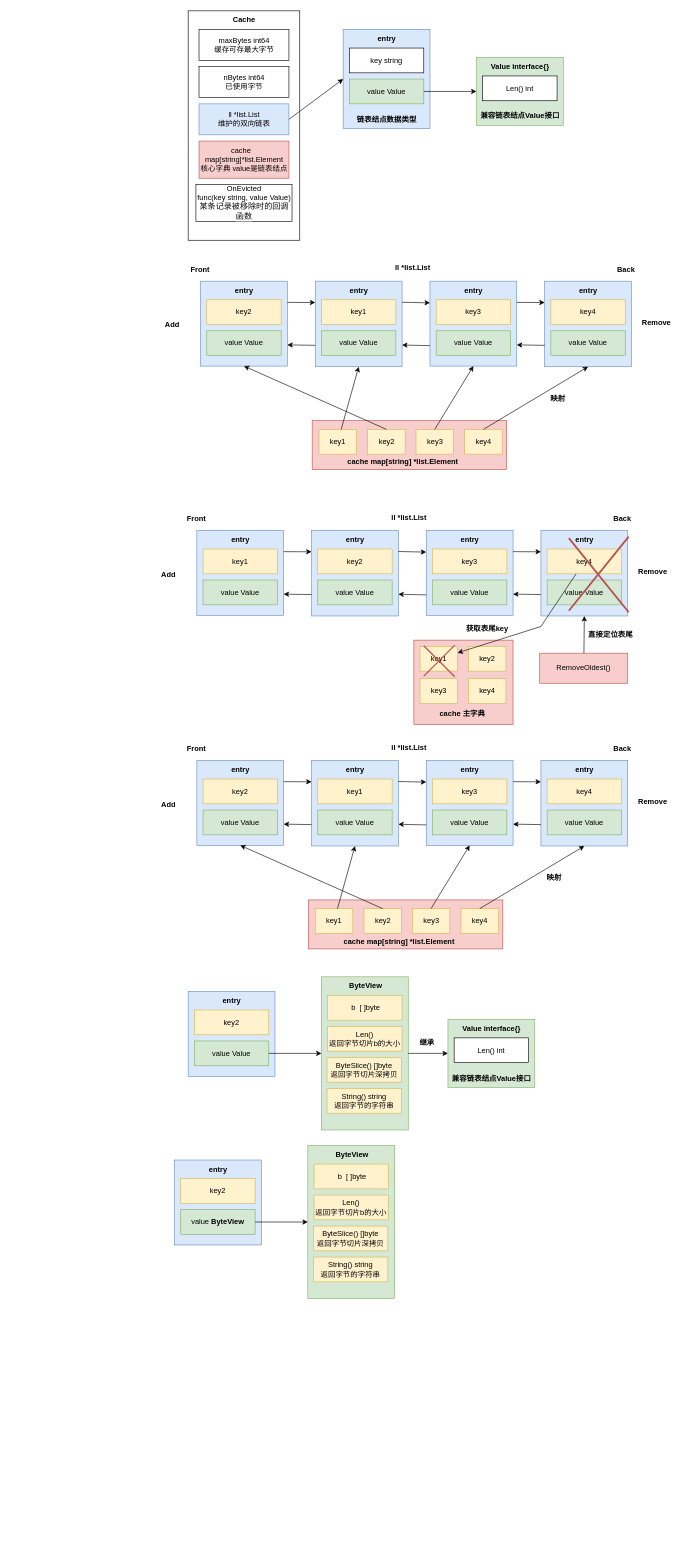
Earlier version of the draw.io diagram test.drawio (zecraid/draw_repo). Source tidied: cells renumbered, new cells numbered last; positions are measured from the earlier drawing's top-left corner, leaving out a move shared by most shapes. Both pictures are drawn from the tidied source at 62%, with x=0, y=0 at pixel (155, 11).
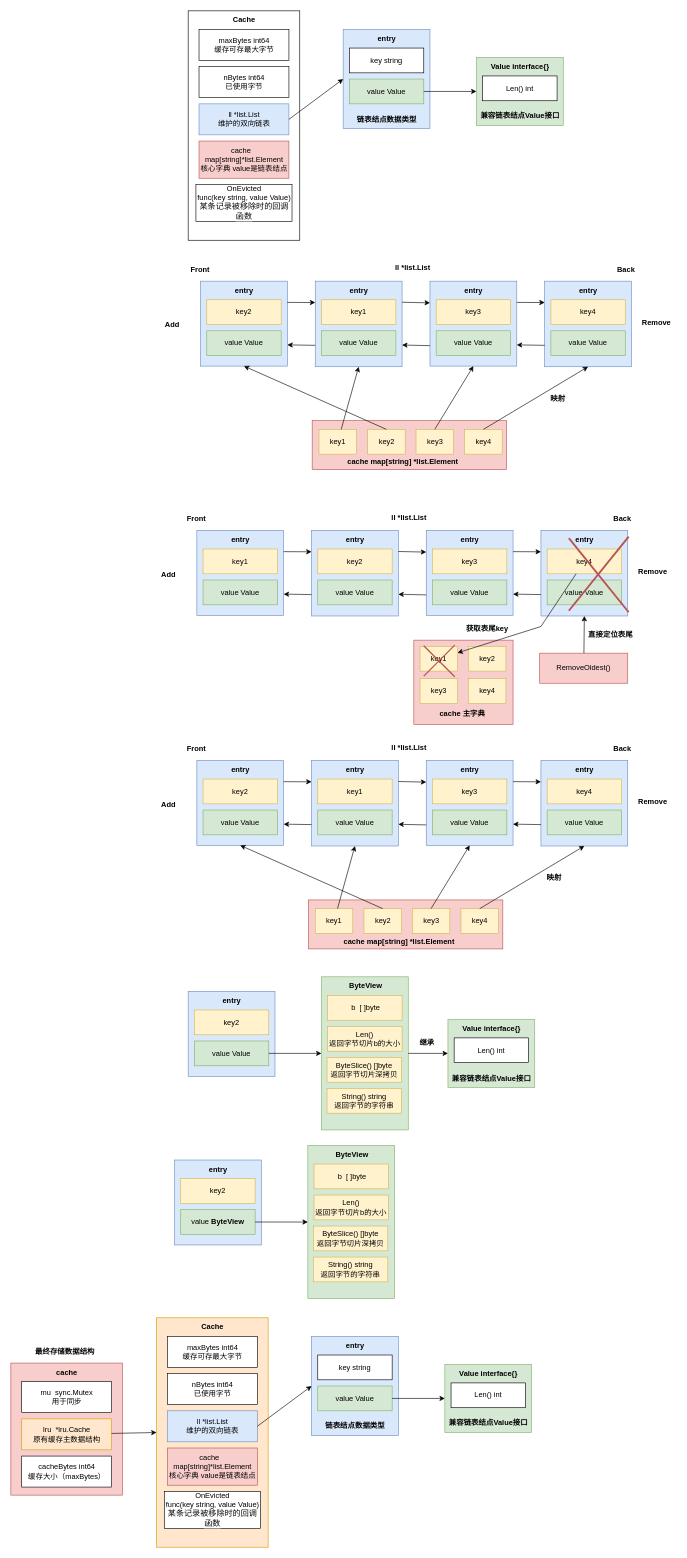
The same diagram, later.

The edit, as a diff of the source:
```diff
@@
+    <mxCell id="167" style="rounded=0;whiteSpace=wrap;html=1;fillColor=#ffe6cc;strokeColor=#d79b00;" parent="1" vertex="1">
+      <mxGeometry x="2" y="2108" width="180" height="370" as="geometry" />
+    </mxCell>
+    <mxCell id="168" value="maxBytes int64&lt;br&gt;缓存可存最大字节" style="rounded=0;whiteSpace=wrap;html=1;" parent="1" vertex="1">
+      <mxGeometry x="19.5" y="2138" width="145" height="50" as="geometry" />
+    </mxCell>
+    <mxCell id="169" style="rounded=0;whiteSpace=wrap;html=1;fillColor=#dae8fc;strokeColor=#6c8ebf;" parent="1" vertex="1">
+      <mxGeometry x="252" y="2138" width="140" height="160" as="geometry" />
+    </mxCell>
+    <mxCell id="170" value="&lt;b&gt;Cache&lt;/b&gt;" style="text;html=1;align=center;verticalAlign=middle;strokeColor=none;fillColor=none;" parent="1" vertex="1">
+      <mxGeometry x="62" y="2108" width="60" height="30" as="geometry" />
+    </mxCell>
+    <mxCell id="171" value="nBytes int64&lt;br&gt;已使用字节" style="rounded=0;whiteSpace=wrap;html=1;" parent="1" vertex="1">
+      <mxGeometry x="19.5" y="2198" width="145" height="50" as="geometry" />
+    </mxCell>
+    <mxCell id="172" value="ll&amp;nbsp;*list.List&lt;br&gt;维护的双向链表" style="rounded=0;whiteSpace=wrap;html=1;fillColor=#dae8fc;strokeColor=#6c8ebf;" parent="1" vertex="1">
+      <mxGeometry x="19.5" y="2258" width="145" height="50" as="geometry" />
+    </mxCell>
+    <mxCell id="173" value="cache&amp;nbsp; &amp;nbsp; map[string]*list.Element&lt;br&gt;核心字典 value是链表结点" style="rounded=0;whiteSpace=wrap;html=1;fillColor=#f8cecc;strokeColor=#b85450;" parent="1" vertex="1">
+      <mxGeometry x="19.5" y="2318" width="145" height="60" as="geometry" />
+    </mxCell>
+    <mxCell id="174" value="OnEvicted&lt;br&gt;func(key string, value Value)&lt;br&gt;&lt;span style=&quot;background-color: rgb(255, 255, 255); color: rgb(8, 8, 8); font-family: Menlo-Regular, monospace; font-size: 9.8pt;&quot;&gt;某条记录被移除时的回调函数&lt;/span&gt;" style="rounded=0;whiteSpace=wrap;html=1;" parent="1" vertex="1">
+      <mxGeometry x="14.5" y="2388" width="155" height="60" as="geometry" />
+    </mxCell>
+    <mxCell id="175" value="&lt;b&gt;entry&lt;/b&gt;" style="text;html=1;align=center;verticalAlign=middle;strokeColor=none;fillColor=none;" parent="1" vertex="1">
+      <mxGeometry x="297" y="2138" width="50" height="30" as="geometry" />
+    </mxCell>
+    <mxCell id="176" value="key string&lt;br&gt;" style="rounded=0;whiteSpace=wrap;html=1;" parent="1" vertex="1">
+      <mxGeometry x="262" y="2168" width="120" height="40" as="geometry" />
+    </mxCell>
+    <mxCell id="177" value="value Value" style="rounded=0;whiteSpace=wrap;html=1;fillColor=#d5e8d4;strokeColor=#82b366;" parent="1" vertex="1">
+      <mxGeometry x="262" y="2218" width="120" height="40" as="geometry" />
+    </mxCell>
+    <mxCell id="178" value="&lt;b&gt;链表结点数据类型&lt;/b&gt;" style="text;html=1;align=center;verticalAlign=middle;strokeColor=none;fillColor=none;" parent="1" vertex="1">
+      <mxGeometry x="262" y="2268" width="120" height="30" as="geometry" />
+    </mxCell>
+    <mxCell id="179" style="rounded=0;whiteSpace=wrap;html=1;fillColor=#d5e8d4;strokeColor=#82b366;" parent="1" vertex="1">
+      <mxGeometry x="467" y="2183" width="140" height="110" as="geometry" />
+    </mxCell>
+    <mxCell id="180" value="&lt;b&gt;Value interface{}&lt;/b&gt;" style="text;html=1;align=center;verticalAlign=middle;strokeColor=none;fillColor=none;" parent="1" vertex="1">
+      <mxGeometry x="477" y="2183" width="120" height="30" as="geometry" />
+    </mxCell>
+    <mxCell id="181" value="Len() int" style="rounded=0;whiteSpace=wrap;html=1;" parent="1" vertex="1">
+      <mxGeometry x="477" y="2213" width="120" height="40" as="geometry" />
+    </mxCell>
+    <mxCell id="182" value="&lt;b&gt;兼容链表结点Value接口&lt;/b&gt;" style="text;html=1;align=center;verticalAlign=middle;strokeColor=none;fillColor=none;" parent="1" vertex="1">
+      <mxGeometry x="462" y="2263" width="150" height="30" as="geometry" />
+    </mxCell>
+    <mxCell id="183" style="endArrow=classic;html=1;rounded=0;entryX=0;entryY=0.5;entryDx=0;entryDy=0;" parent="1" edge="1" source="177" target="179">
+      <mxGeometry relative="1" as="geometry" />
+    </mxCell>
+    <mxCell id="184" style="endArrow=classic;html=1;rounded=0;entryX=0;entryY=0.5;entryDx=0;entryDy=0;exitX=1;exitY=0.5;exitDx=0;exitDy=0;" parent="1" edge="1" source="172" target="169">
+      <mxGeometry relative="1" as="geometry" />
+    </mxCell>
+    <mxCell id="185" style="rounded=0;whiteSpace=wrap;html=1;fillColor=#f8cecc;strokeColor=#b85450;" parent="1" vertex="1">
+      <mxGeometry x="-233" y="2181" width="180" height="213" as="geometry" />
+    </mxCell>
+    <mxCell id="186" value="mu&amp;nbsp; sync.Mutex&lt;br&gt;用于同步" style="rounded=0;whiteSpace=wrap;html=1;" parent="1" vertex="1">
+      <mxGeometry x="-215.5" y="2211" width="145" height="50" as="geometry" />
+    </mxCell>
+    <mxCell id="187" value="&lt;b&gt;cache&lt;/b&gt;" style="text;html=1;align=center;verticalAlign=middle;strokeColor=none;fillColor=none;" parent="1" vertex="1">
+      <mxGeometry x="-169" y="2183" width="52" height="26" as="geometry" />
+    </mxCell>
+    <mxCell id="188" value="lru&amp;nbsp; *lru.Cache&lt;br&gt;原有缓存主数据结构" style="rounded=0;whiteSpace=wrap;html=1;fillColor=#ffe6cc;strokeColor=#d79b00;" parent="1" vertex="1">
+      <mxGeometry x="-215.5" y="2271" width="145" height="50" as="geometry" />
+    </mxCell>
+    <mxCell id="189" value="cacheBytes int64&lt;br&gt;缓存大小（maxBytes）" style="rounded=0;whiteSpace=wrap;html=1;" parent="1" vertex="1">
+      <mxGeometry x="-215.5" y="2331" width="145" height="50" as="geometry" />
+    </mxCell>
+    <mxCell id="190" style="endArrow=classic;html=1;rounded=0;entryX=0;entryY=0.5;entryDx=0;entryDy=0;" parent="1" edge="1" source="188" target="167">
+      <mxGeometry relative="1" as="geometry" />
+    </mxCell>
+    <mxCell id="191" value="&lt;b&gt;最终存储数据结构&lt;/b&gt;" style="text;html=1;align=center;verticalAlign=middle;strokeColor=none;fillColor=none;" parent="1" vertex="1">
+      <mxGeometry x="-203" y="2150" width="114" height="26" as="geometry" />
+    </mxCell>
```
